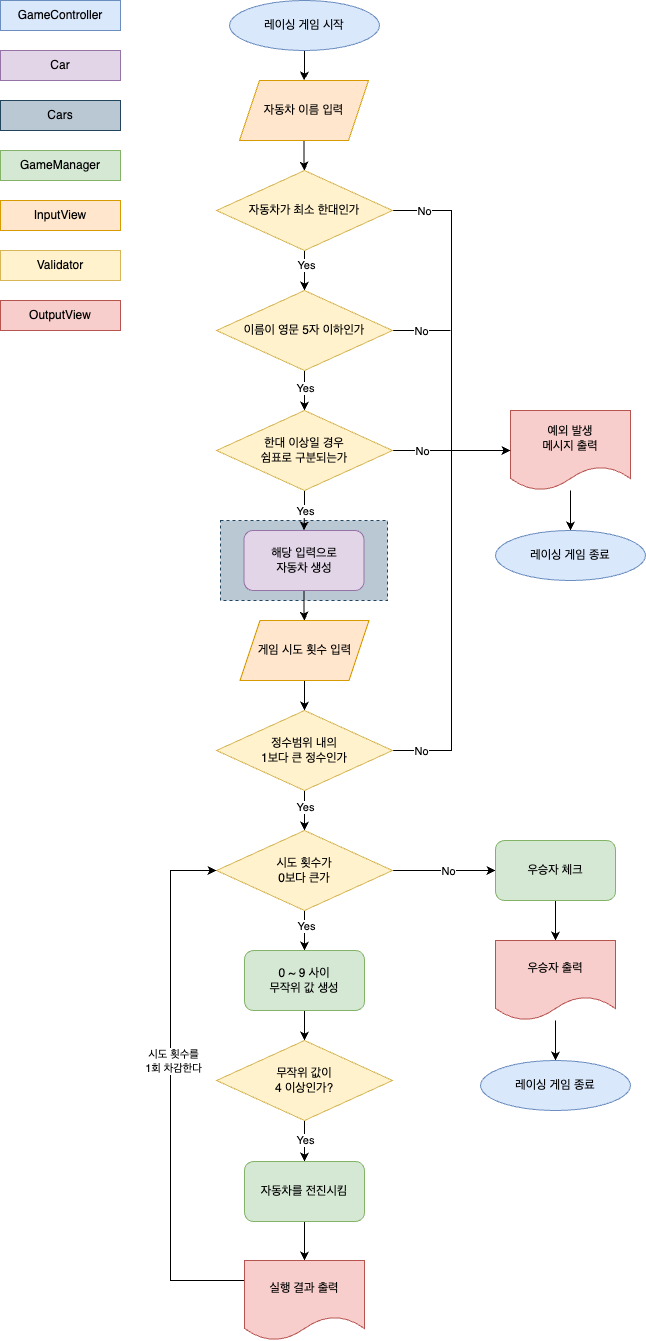
This is docs/racingCarGameFlow.png from woowacourse-precourse/java-racingcar-6, a draw.io export, as it was before one commit. Source tidied: cells renumbered, new cells last; positions are measured from the earlier drawing's top-left corner, leaving out a move shared by most shapes.
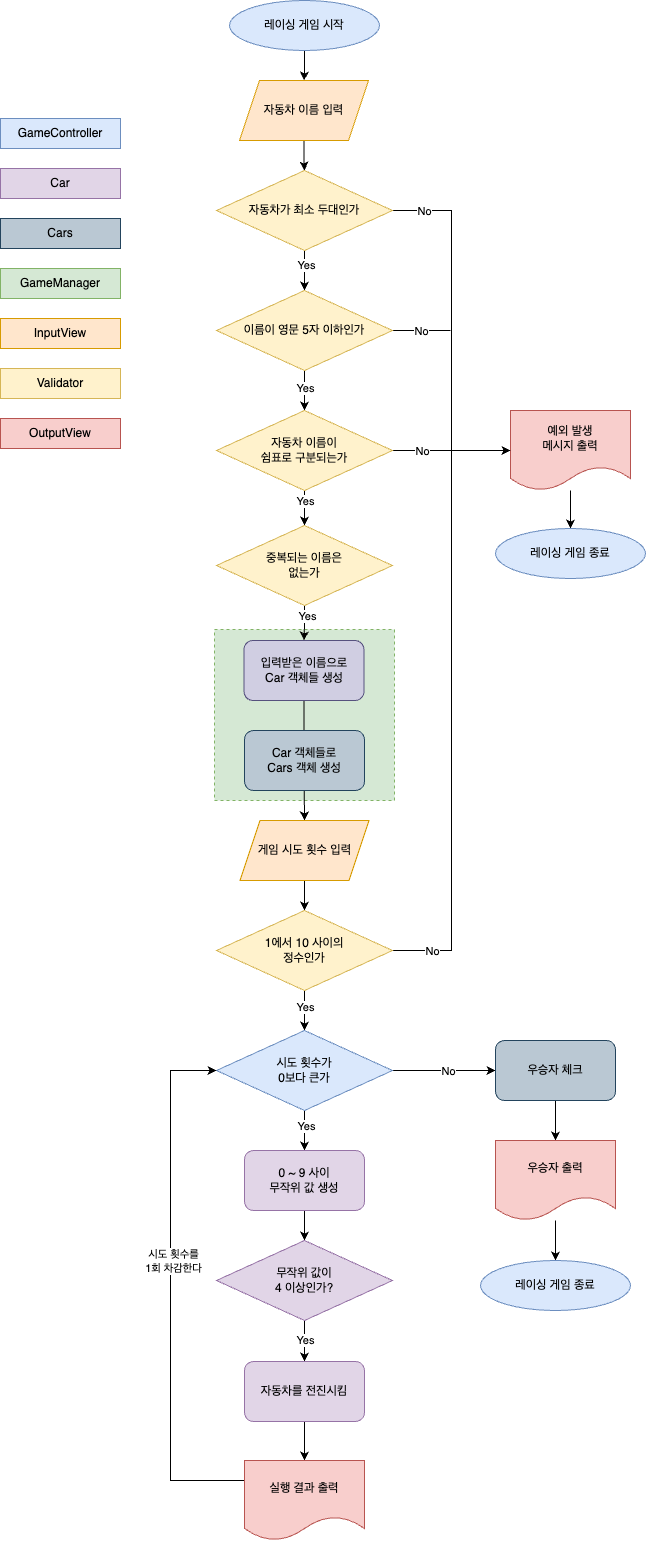
Later version of the same file.

Change to the diagram source:
```diff
@@ -2,20 +2,20 @@
   <root>
     <mxCell id="0" />
     <mxCell id="1" parent="0" />
-    <mxCell id="2" style="rounded=0;whiteSpace=wrap;html=1;fillColor=#bac8d3;dashed=1;strokeColor=#23445d;" parent="1" vertex="1">
-      <mxGeometry x="220" y="520" width="167" height="80" as="geometry" />
-    </mxCell>
+    <mxCell id="61" style="rounded=0;whiteSpace=wrap;html=1;dashed=1;fillColor=#d5e8d4;strokeColor=#82b366;" parent="1" vertex="1">
+      <mxGeometry x="214" y="639" width="180" height="171" as="geometry" />
+    </mxCell>
     <mxCell id="3" style="edgeStyle=orthogonalEdgeStyle;rounded=0;jettySize=auto;html=1;entryX=0.5;entryY=0;entryDx=0;entryDy=0;" parent="1" edge="1" source="4" target="6">
       <mxGeometry relative="1" as="geometry" />
     </mxCell>
     <mxCell id="4" value="레이싱 게임 시작" style="ellipse;whiteSpace=wrap;html=1;fillColor=#dae8fc;strokeColor=#6c8ebf;" parent="1" vertex="1">
-      <mxGeometry x="229" width="150" height="50" as="geometry" />
+      <mxGeometry x="229" y="10" width="150" height="50" as="geometry" />
     </mxCell>
     <mxCell id="5" style="edgeStyle=orthogonalEdgeStyle;rounded=0;jettySize=auto;html=1;entryX=0.5;entryY=0;entryDx=0;entryDy=0;" parent="1" edge="1" source="6" target="11">
       <mxGeometry relative="1" as="geometry" />
     </mxCell>
     <mxCell id="6" value="자동차 이름 입력" style="shape=parallelogram;perimeter=parallelogramPerimeter;whiteSpace=wrap;html=1;fixedSize=1;fillColor=#ffe6cc;strokeColor=#d79b00;" parent="1" vertex="1">
-      <mxGeometry x="239" y="80" width="129" height="60" as="geometry" />
+      <mxGeometry x="239" y="90" width="129" height="60" as="geometry" />
     </mxCell>
     <mxCell id="7" style="edgeStyle=orthogonalEdgeStyle;rounded=0;jettySize=auto;html=1;exitX=0.5;exitY=1;exitDx=0;exitDy=0;entryX=0.5;entryY=0;entryDx=0;entryDy=0;" parent="1" edge="1" source="11" target="16">
       <mxGeometry relative="1" as="geometry" />
@@ -31,8 +31,8 @@
         <mxPoint x="5" y="1" as="offset" />
       </mxGeometry>
     </mxCell>
-    <mxCell id="11" value="자동차가 최소 한대인가" style="rhombus;whiteSpace=wrap;html=1;fillColor=#fff2cc;strokeColor=#d6b656;" parent="1" vertex="1">
-      <mxGeometry x="216" y="170" width="176" height="80" as="geometry" />
+    <mxCell id="11" value="자동차가 최소 두대인가" style="rhombus;whiteSpace=wrap;html=1;fillColor=#fff2cc;strokeColor=#d6b656;" parent="1" vertex="1">
+      <mxGeometry x="216" y="180" width="176" height="80" as="geometry" />
     </mxCell>
     <mxCell id="12" style="edgeStyle=orthogonalEdgeStyle;rounded=0;jettySize=auto;html=1;entryX=0.5;entryY=0;entryDx=0;entryDy=0;" parent="1" edge="1" source="16" target="21">
       <mxGeometry relative="1" as="geometry" />
@@ -44,7 +44,7 @@
     </mxCell>
     <mxCell id="14" style="edgeStyle=orthogonalEdgeStyle;rounded=0;jettySize=auto;html=1;endArrow=none;endFill=0;" parent="1" edge="1" source="16">
       <mxGeometry relative="1" as="geometry">
-        <mxPoint x="450" y="330" as="targetPoint" />
+        <mxPoint x="450" y="340" as="targetPoint" />
       </mxGeometry>
     </mxCell>
     <mxCell id="15" value="No" style="edgeLabel;html=1;align=center;verticalAlign=middle;" parent="14" vertex="1">
@@ -53,16 +53,8 @@
       </mxGeometry>
     </mxCell>
     <mxCell id="16" value="이름이 영문 5자 이하인가" style="rhombus;whiteSpace=wrap;html=1;fillColor=#fff2cc;strokeColor=#d6b656;" parent="1" vertex="1">
-      <mxGeometry x="216" y="290" width="176" height="80" as="geometry" />
+      <mxGeometry x="216" y="300" width="176" height="80" as="geometry" />
     </mxCell>
-    <mxCell id="17" style="edgeStyle=orthogonalEdgeStyle;rounded=0;jettySize=auto;html=1;entryX=0.5;entryY=0;entryDx=0;entryDy=0;" parent="1" edge="1" source="21" target="31">
-      <mxGeometry relative="1" as="geometry" />
-    </mxCell>
-    <mxCell id="18" value="Yes" style="edgeLabel;html=1;align=center;verticalAlign=middle;" parent="17" vertex="1">
-      <mxGeometry x="-0.67" y="-1" relative="1" as="geometry">
-        <mxPoint x="1" y="13" as="offset" />
-      </mxGeometry>
-    </mxCell>
     <mxCell id="19" style="edgeStyle=orthogonalEdgeStyle;rounded=0;jettySize=auto;html=1;entryX=0;entryY=0.5;entryDx=0;entryDy=0;" parent="1" edge="1" source="21" target="29">
       <mxGeometry relative="1" as="geometry" />
     </mxCell>
@@ -71,44 +63,52 @@
         <mxPoint x="16" y="-1" as="offset" />
       </mxGeometry>
     </mxCell>
+    <mxCell id="62" style="edgeStyle=orthogonalEdgeStyle;rounded=0;jettySize=auto;html=1;" parent="1" edge="1" source="21" target="66">
+      <mxGeometry relative="1" as="geometry" />
+    </mxCell>
+    <mxCell id="63" value="Yes" style="edgeLabel;html=1;align=center;verticalAlign=middle;" parent="62" vertex="1">
+      <mxGeometry x="-0.35" y="-1" relative="1" as="geometry">
+        <mxPoint x="1" y="-5" as="offset" />
+      </mxGeometry>
+    </mxCell>
-    <mxCell id="21" value="한대 이상일 경우&lt;br&gt;쉼표로 구분되는가" style="rhombus;whiteSpace=wrap;html=1;fillColor=#fff2cc;strokeColor=#d6b656;" parent="1" vertex="1">
-      <mxGeometry x="216" y="410" width="176" height="80" as="geometry" />
+    <mxCell id="21" value="자동차 이름이&lt;br&gt;쉼표로 구분되는가" style="rhombus;whiteSpace=wrap;html=1;fillColor=#fff2cc;strokeColor=#d6b656;" parent="1" vertex="1">
+      <mxGeometry x="216" y="420" width="176" height="80" as="geometry" />
     </mxCell>
     <mxCell id="22" value="GameController" style="rounded=0;whiteSpace=wrap;html=1;fillColor=#dae8fc;strokeColor=#6c8ebf;" parent="1" vertex="1">
-      <mxGeometry width="120" height="30" as="geometry" />
+      <mxGeometry y="128" width="120" height="30" as="geometry" />
     </mxCell>
     <mxCell id="23" value="Car" style="rounded=0;whiteSpace=wrap;html=1;fillColor=#e1d5e7;strokeColor=#9673a6;" parent="1" vertex="1">
-      <mxGeometry y="50" width="120" height="30" as="geometry" />
+      <mxGeometry y="178" width="120" height="30" as="geometry" />
     </mxCell>
     <mxCell id="24" value="GameManager" style="rounded=0;whiteSpace=wrap;html=1;fillColor=#d5e8d4;strokeColor=#82b366;" parent="1" vertex="1">
-      <mxGeometry y="150" width="120" height="30" as="geometry" />
+      <mxGeometry y="278" width="120" height="30" as="geometry" />
     </mxCell>
     <mxCell id="25" value="InputView" style="rounded=0;whiteSpace=wrap;html=1;fillColor=#ffe6cc;strokeColor=#d79b00;" parent="1" vertex="1">
-      <mxGeometry y="200" width="120" height="30" as="geometry" />
+      <mxGeometry y="328" width="120" height="30" as="geometry" />
     </mxCell>
     <mxCell id="26" value="Validator" style="rounded=0;whiteSpace=wrap;html=1;fillColor=#fff2cc;strokeColor=#d6b656;" parent="1" vertex="1">
-      <mxGeometry y="250" width="120" height="30" as="geometry" />
+      <mxGeometry y="378" width="120" height="30" as="geometry" />
     </mxCell>
     <mxCell id="27" value="OutputView" style="rounded=0;whiteSpace=wrap;html=1;fillColor=#f8cecc;strokeColor=#b85450;" parent="1" vertex="1">
-      <mxGeometry y="300" width="120" height="30" as="geometry" />
+      <mxGeometry y="428" width="120" height="30" as="geometry" />
     </mxCell>
     <mxCell id="28" style="edgeStyle=orthogonalEdgeStyle;rounded=0;jettySize=auto;html=1;" parent="1" edge="1" source="29" target="59">
       <mxGeometry relative="1" as="geometry" />
     </mxCell>
     <mxCell id="29" value="예외 발생&lt;br&gt;메시지 출력" style="shape=document;whiteSpace=wrap;html=1;boundedLbl=1;fillColor=#f8cecc;strokeColor=#b85450;" parent="1" vertex="1">
-      <mxGeometry x="510" y="410" width="120" height="80" as="geometry" />
+      <mxGeometry x="510" y="420" width="120" height="80" as="geometry" />
     </mxCell>
     <mxCell id="30" style="edgeStyle=orthogonalEdgeStyle;rounded=0;jettySize=auto;html=1;" parent="1" edge="1" source="31" target="33">
       <mxGeometry relative="1" as="geometry" />
     </mxCell>
-    <mxCell id="31" value="해당 입력으로&lt;br&gt;자동차 생성" style="rounded=1;whiteSpace=wrap;html=1;fillColor=#e1d5e7;strokeColor=#9673a6;" parent="1" vertex="1">
-      <mxGeometry x="243.5" y="530" width="120" height="60" as="geometry" />
+    <mxCell id="31" value="입력받은 이름으로&lt;br&gt;Car 객체들 생성" style="rounded=1;whiteSpace=wrap;html=1;fillColor=#d0cee2;strokeColor=#56517e;" parent="1" vertex="1">
+      <mxGeometry x="243.5" y="650" width="120" height="60" as="geometry" />
     </mxCell>
     <mxCell id="32" style="edgeStyle=orthogonalEdgeStyle;rounded=0;jettySize=auto;html=1;entryX=0.5;entryY=0;entryDx=0;entryDy=0;" parent="1" edge="1" source="33" target="38">
       <mxGeometry relative="1" as="geometry" />
     </mxCell>
     <mxCell id="33" value="게임 시도 횟수 입력" style="shape=parallelogram;perimeter=parallelogramPerimeter;whiteSpace=wrap;html=1;fixedSize=1;fillColor=#ffe6cc;strokeColor=#d79b00;" parent="1" vertex="1">
-      <mxGeometry x="239.5" y="620" width="129" height="60" as="geometry" />
+      <mxGeometry x="239.5" y="830" width="129" height="60" as="geometry" />
     </mxCell>
     <mxCell id="34" style="edgeStyle=orthogonalEdgeStyle;rounded=0;jettySize=auto;html=1;" parent="1" edge="1" source="38" target="43">
       <mxGeometry relative="1" as="geometry" />
@@ -124,8 +124,8 @@
         <mxPoint x="6" as="offset" />
       </mxGeometry>
     </mxCell>
-    <mxCell id="38" value="정수범위 내의&lt;br&gt;1보다 큰 정수인가" style="rhombus;whiteSpace=wrap;html=1;fillColor=#fff2cc;strokeColor=#d6b656;" parent="1" vertex="1">
-      <mxGeometry x="216" y="710" width="176" height="80" as="geometry" />
+    <mxCell id="38" value="1에서 10 사이의&lt;br&gt;정수인가" style="rhombus;whiteSpace=wrap;html=1;fillColor=#fff2cc;strokeColor=#d6b656;" parent="1" vertex="1">
+      <mxGeometry x="216" y="920" width="176" height="80" as="geometry" />
     </mxCell>
     <mxCell id="39" style="edgeStyle=orthogonalEdgeStyle;rounded=0;jettySize=auto;html=1;" parent="1" edge="1" source="43" target="45">
       <mxGeometry relative="1" as="geometry" />
@@ -141,14 +141,14 @@
         <mxPoint x="-7" y="-3" as="offset" />
       </mxGeometry>
     </mxCell>
-    <mxCell id="43" value="시도 횟수가&lt;br&gt;0보다 큰가" style="rhombus;whiteSpace=wrap;html=1;fillColor=#fff2cc;strokeColor=#d6b656;" parent="1" vertex="1">
-      <mxGeometry x="216" y="830" width="176" height="80" as="geometry" />
+    <mxCell id="43" value="시도 횟수가&lt;br&gt;0보다 큰가" style="rhombus;whiteSpace=wrap;html=1;fillColor=#dae8fc;strokeColor=#6c8ebf;" parent="1" vertex="1">
+      <mxGeometry x="216" y="1040" width="176" height="80" as="geometry" />
     </mxCell>
     <mxCell id="44" style="edgeStyle=orthogonalEdgeStyle;rounded=0;jettySize=auto;html=1;" parent="1" edge="1" source="45" target="48">
       <mxGeometry relative="1" as="geometry" />
     </mxCell>
-    <mxCell id="45" value="0 ~ 9 사이&lt;br&gt;무작위 값 생성" style="rounded=1;whiteSpace=wrap;html=1;fillColor=#d5e8d4;strokeColor=#82b366;" parent="1" vertex="1">
-      <mxGeometry x="244" y="950" width="120" height="60" as="geometry" />
+    <mxCell id="45" value="0 ~ 9 사이&lt;br&gt;무작위 값 생성" style="rounded=1;whiteSpace=wrap;html=1;fillColor=#e1d5e7;strokeColor=#9673a6;" parent="1" vertex="1">
+      <mxGeometry x="244" y="1160" width="120" height="60" as="geometry" />
     </mxCell>
     <mxCell id="46" style="edgeStyle=orthogonalEdgeStyle;rounded=0;jettySize=auto;html=1;" parent="1" edge="1" source="48" target="52">
       <mxGeometry relative="1" as="geometry" />
@@ -156,14 +156,14 @@
     <mxCell id="47" value="Yes" style="edgeLabel;html=1;align=center;verticalAlign=middle;" parent="46" vertex="1">
       <mxGeometry x="-0.08" relative="1" as="geometry" />
     </mxCell>
-    <mxCell id="48" value="무작위 값이&lt;br&gt;4 이상인가?" style="rhombus;whiteSpace=wrap;html=1;fillColor=#fff2cc;strokeColor=#d6b656;" parent="1" vertex="1">
-      <mxGeometry x="216" y="1040" width="176" height="80" as="geometry" />
+    <mxCell id="48" value="무작위 값이&lt;br&gt;4 이상인가?" style="rhombus;whiteSpace=wrap;html=1;fillColor=#e1d5e7;strokeColor=#9673a6;" parent="1" vertex="1">
+      <mxGeometry x="216" y="1250" width="176" height="80" as="geometry" />
     </mxCell>
     <mxCell id="49" style="edgeStyle=orthogonalEdgeStyle;rounded=0;jettySize=auto;html=1;entryX=0;entryY=0.5;entryDx=0;entryDy=0;exitX=0;exitY=0.25;exitDx=0;exitDy=0;" parent="1" edge="1" source="55" target="43">
       <mxGeometry relative="1" as="geometry">
         <Array as="points">
-          <mxPoint x="170" y="1280" />
-          <mxPoint x="170" y="870" />
+          <mxPoint x="170" y="1490" />
+          <mxPoint x="170" y="1080" />
         </Array>
       </mxGeometry>
     </mxCell>
@@ -173,32 +173,44 @@
     <mxCell id="51" style="edgeStyle=orthogonalEdgeStyle;rounded=0;jettySize=auto;html=1;" parent="1" edge="1" source="52" target="55">
       <mxGeometry relative="1" as="geometry" />
     </mxCell>
-    <mxCell id="52" value="자동차를 전진시킴" style="rounded=1;whiteSpace=wrap;html=1;fillColor=#d5e8d4;strokeColor=#82b366;" parent="1" vertex="1">
-      <mxGeometry x="244" y="1161" width="120" height="60" as="geometry" />
+    <mxCell id="52" value="자동차를 전진시킴" style="rounded=1;whiteSpace=wrap;html=1;fillColor=#e1d5e7;strokeColor=#9673a6;" parent="1" vertex="1">
+      <mxGeometry x="244" y="1371" width="120" height="60" as="geometry" />
     </mxCell>
     <mxCell id="53" style="edgeStyle=orthogonalEdgeStyle;rounded=0;jettySize=auto;html=1;" parent="1" edge="1" source="54" target="57">
       <mxGeometry relative="1" as="geometry" />
     </mxCell>
-    <mxCell id="54" value="우승자 체크" style="rounded=1;whiteSpace=wrap;html=1;fillColor=#d5e8d4;strokeColor=#82b366;" parent="1" vertex="1">
-      <mxGeometry x="495" y="840" width="120" height="60" as="geometry" />
+    <mxCell id="54" value="우승자 체크" style="rounded=1;whiteSpace=wrap;html=1;fillColor=#bac8d3;strokeColor=#23445d;" parent="1" vertex="1">
+      <mxGeometry x="495" y="1050" width="120" height="60" as="geometry" />
     </mxCell>
     <mxCell id="55" value="실행 결과 출력" style="shape=document;whiteSpace=wrap;html=1;boundedLbl=1;fillColor=#f8cecc;strokeColor=#b85450;" parent="1" vertex="1">
-      <mxGeometry x="244" y="1260" width="120" height="80" as="geometry" />
+      <mxGeometry x="244" y="1470" width="120" height="80" as="geometry" />
     </mxCell>
     <mxCell id="56" style="edgeStyle=orthogonalEdgeStyle;rounded=0;jettySize=auto;html=1;" parent="1" edge="1" source="57" target="58">
       <mxGeometry relative="1" as="geometry" />
     </mxCell>
     <mxCell id="57" value="우승자 출력" style="shape=document;whiteSpace=wrap;html=1;boundedLbl=1;fillColor=#f8cecc;strokeColor=#b85450;" parent="1" vertex="1">
-      <mxGeometry x="495" y="940" width="120" height="80" as="geometry" />
+      <mxGeometry x="495" y="1150" width="120" height="80" as="geometry" />
     </mxCell>
     <mxCell id="58" value="레이싱 게임 종료" style="ellipse;whiteSpace=wrap;html=1;fillColor=#dae8fc;strokeColor=#6c8ebf;" parent="1" vertex="1">
-      <mxGeometry x="480" y="1060" width="150" height="50" as="geometry" />
+      <mxGeometry x="480" y="1270" width="150" height="50" as="geometry" />
     </mxCell>
     <mxCell id="59" value="레이싱 게임 종료" style="ellipse;whiteSpace=wrap;html=1;fillColor=#dae8fc;strokeColor=#6c8ebf;" parent="1" vertex="1">
-      <mxGeometry x="495" y="530" width="150" height="50" as="geometry" />
+      <mxGeometry x="495" y="538" width="150" height="50" as="geometry" />
     </mxCell>
     <mxCell id="60" value="Cars" style="rounded=0;whiteSpace=wrap;html=1;fillColor=#bac8d3;strokeColor=#23445d;" parent="1" vertex="1">
-      <mxGeometry y="100" width="120" height="30" as="geometry" />
+      <mxGeometry y="228" width="120" height="30" as="geometry" />
     </mxCell>
+    <mxCell id="64" style="edgeStyle=orthogonalEdgeStyle;rounded=0;jettySize=auto;html=1;" parent="1" edge="1" source="66" target="31">
+      <mxGeometry relative="1" as="geometry" />
+    </mxCell>
+    <mxCell id="65" value="Yes" style="edgeLabel;html=1;align=center;verticalAlign=middle;" parent="64" vertex="1">
+      <mxGeometry x="-0.41" y="2" relative="1" as="geometry" />
+    </mxCell>
+    <mxCell id="66" value="중복되는 이름은&lt;br&gt;없는가" style="rhombus;whiteSpace=wrap;html=1;fillColor=#fff2cc;strokeColor=#d6b656;" parent="1" vertex="1">
+      <mxGeometry x="216" y="535" width="176" height="80" as="geometry" />
+    </mxCell>
+    <mxCell id="67" value="Car 객체들로&lt;br&gt;Cars 객체 생성" style="rounded=1;whiteSpace=wrap;html=1;fillColor=#bac8d3;strokeColor=#23445d;" parent="1" vertex="1">
+      <mxGeometry x="244" y="740" width="120" height="60" as="geometry" />
+    </mxCell>
   </root>
 </mxGraphModel>
```
